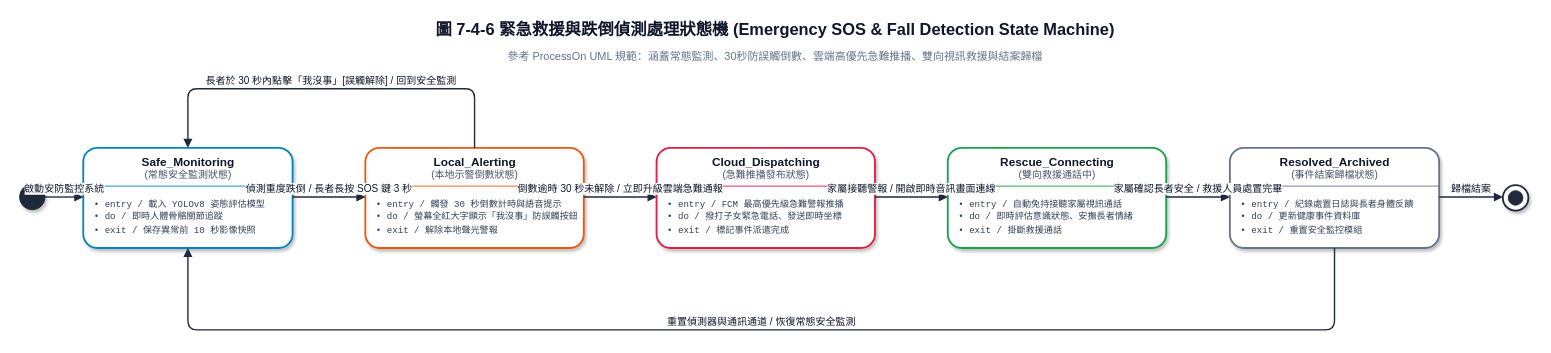
The draw.io diagram Uban System Documents/drawio圖/SM06-緊急救援與跌倒偵測狀態機.drawio in HuangYu-Kai/Uban, before the edit. Source tidied: cells renumbered, new cells numbered last; positions are measured from the earlier drawing's top-left corner, leaving out a move shared by most shapes. Both pictures are drawn from the tidied source at 91%, with x=0, y=0 at pixel (19, 15).
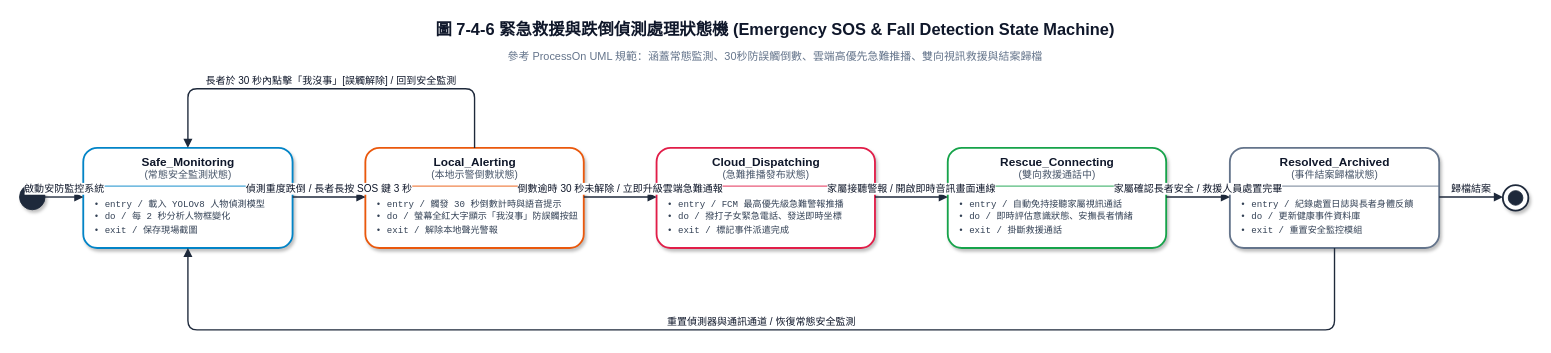
Above is the later version.

Change to the diagram source:
```diff
@@
-    <mxCell id="8" value="&lt;font color='#334155' style='font-size:10px;'&gt;• entry / 載入 YOLOv8 姿態評估模型&lt;br/&gt;• do / 即時人體骨骼關節追蹤&lt;br/&gt;• exit / 保存異常前 10 秒影像快照&lt;/font&gt;" style="text;html=1;align=left;verticalAlign=top;fontFamily=Consolas,Microsoft JhengHei;spacingLeft=6;spacingTop=2;" parent="1" vertex="1">
+    <mxCell id="8" value="&lt;font color='#334155' style='font-size:10px;'&gt;• entry / 載入 YOLOv8 人物偵測模型&lt;br/&gt;• do / 每 2 秒分析人物框變化&lt;br/&gt;• exit / 保存現場截圖&lt;/font&gt;" style="text;html=1;align=left;verticalAlign=top;fontFamily=Consolas,Microsoft JhengHei;spacingLeft=6;spacingTop=2;" parent="1" vertex="1">
       <mxGeometry x="74" y="191" width="222" height="60" as="geometry" />
     </mxCell>
```
